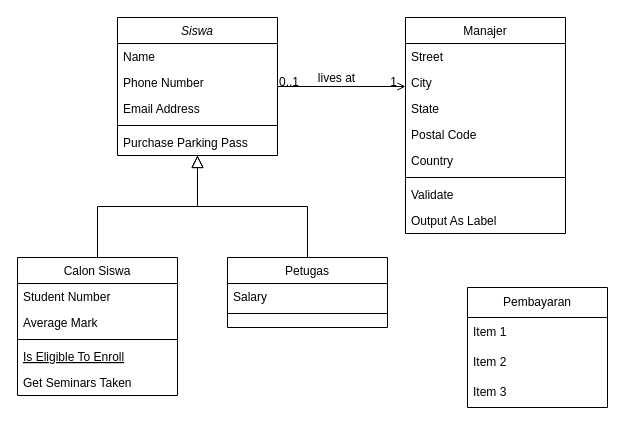
The draw.io diagram Untitled Diagram.drawio in Fashich/APSI_Kelompok-1, before the edit. Source tidied: cells renumbered, new cells numbered last; positions are measured from the earlier drawing's top-left corner, leaving out a move shared by most shapes. Both pictures are drawn from the tidied source at 100%, with x=0, y=0 at pixel (17, 17).
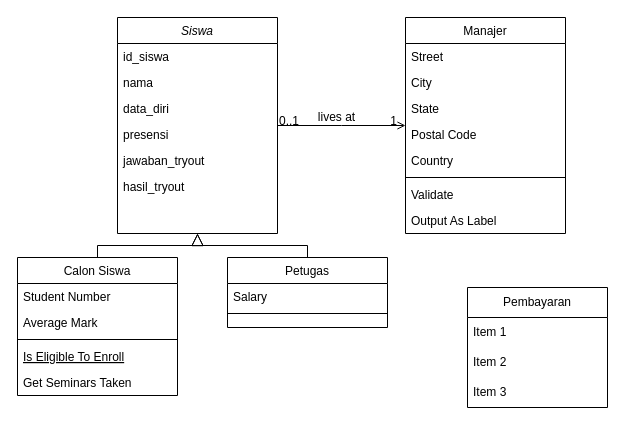
Above is the later version.

Change to the diagram source:
```diff
@@
     <mxCell id="2" value="Siswa" style="swimlane;fontStyle=2;align=center;verticalAlign=top;horizontal=1;startSize=26;rounded=0;shadow=0;strokeWidth=1;" parent="1" vertex="1">
-      <mxGeometry x="100" width="160" height="138" as="geometry" />
+      <mxGeometry x="100" width="160" height="216" as="geometry" />
     </mxCell>
-    <mxCell id="3" value="Name" style="text;align=left;verticalAlign=top;spacingLeft=4;spacingRight=4;overflow=hidden;" parent="2" vertex="1">
+    <mxCell id="3" value="id_siswa" style="text;align=left;verticalAlign=top;spacingLeft=4;spacingRight=4;overflow=hidden;" parent="2" vertex="1">
       <mxGeometry y="26" width="160" height="26" as="geometry" />
     </mxCell>
-    <mxCell id="4" value="Phone Number" style="text;align=left;verticalAlign=top;spacingLeft=4;spacingRight=4;overflow=hidden;rounded=0;shadow=0;html=0;" parent="2" vertex="1">
+    <mxCell id="4" value="nama" style="text;align=left;verticalAlign=top;spacingLeft=4;spacingRight=4;overflow=hidden;rounded=0;shadow=0;html=0;" parent="2" vertex="1">
       <mxGeometry y="52" width="160" height="26" as="geometry" />
     </mxCell>
+    <mxCell id="36" value="data_diri" style="text;align=left;verticalAlign=top;spacingLeft=4;spacingRight=4;overflow=hidden;rounded=0;shadow=0;html=0;" parent="2" vertex="1">
+      <mxGeometry y="78" width="160" height="26" as="geometry" />
+    </mxCell>
+    <mxCell id="37" value="presensi" style="text;align=left;verticalAlign=top;spacingLeft=4;spacingRight=4;overflow=hidden;rounded=0;shadow=0;html=0;" parent="2" vertex="1">
+      <mxGeometry y="104" width="160" height="26" as="geometry" />
+    </mxCell>
+    <mxCell id="38" value="jawaban_tryout" style="text;align=left;verticalAlign=top;spacingLeft=4;spacingRight=4;overflow=hidden;rounded=0;shadow=0;html=0;" parent="2" vertex="1">
+      <mxGeometry y="130" width="160" height="26" as="geometry" />
+    </mxCell>
-    <mxCell id="5" value="Email Address" style="text;align=left;verticalAlign=top;spacingLeft=4;spacingRight=4;overflow=hidden;rounded=0;shadow=0;html=0;" parent="2" vertex="1">
-      <mxGeometry y="78" width="160" height="26" as="geometry" />
+    <mxCell id="5" value="hasil_tryout" style="text;align=left;verticalAlign=top;spacingLeft=4;spacingRight=4;overflow=hidden;rounded=0;shadow=0;html=0;" parent="2" vertex="1">
+      <mxGeometry y="156" width="160" height="26" as="geometry" />
     </mxCell>
-    <mxCell id="6" style="line;html=1;strokeWidth=1;align=left;verticalAlign=middle;spacingTop=-1;spacingLeft=3;spacingRight=3;labelPosition=right;" parent="2" vertex="1">
-      <mxGeometry y="104" width="160" height="8" as="geometry" />
-    </mxCell>
-    <mxCell id="7" value="Purchase Parking Pass" style="text;align=left;verticalAlign=top;spacingLeft=4;spacingRight=4;overflow=hidden;" parent="2" vertex="1">
-      <mxGeometry y="112" width="160" height="26" as="geometry" />
-    </mxCell>
```
